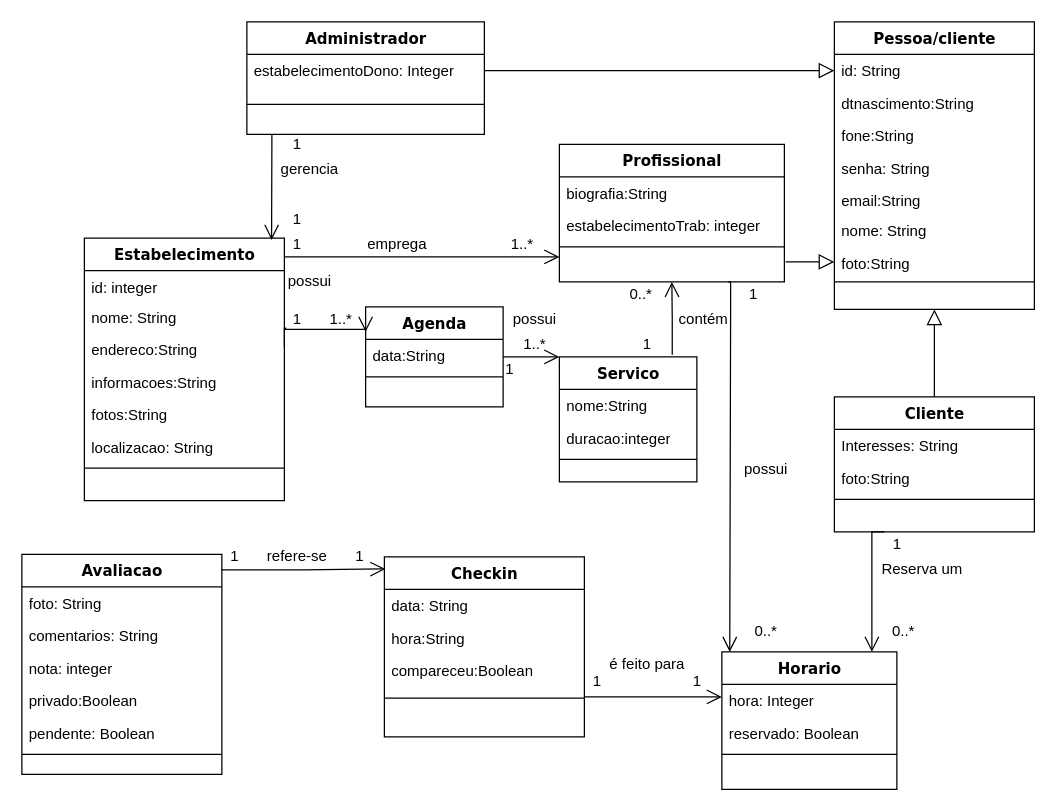
This is Untitled Diagram.drawio from JoelMeirelesCabral/PlanilhaDeControle, a draw.io file, before an edit. Source tidied: cells renumbered, new cells numbered last; positions are measured from the earlier drawing's top-left corner, leaving out a move shared by most shapes. Both pictures are drawn from the tidied source at 125%, with x=0, y=0 at pixel (21, 21).
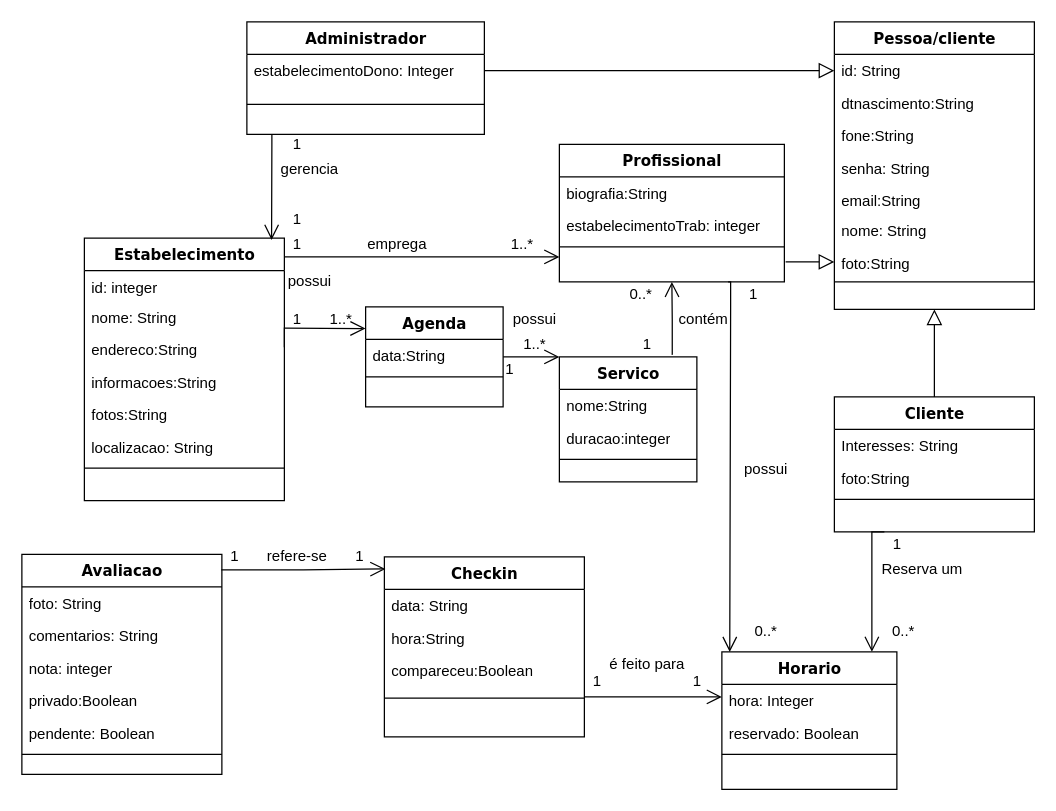
The same diagram, later.

Unchanged cells that the change refers to:
```xml
<mxCell id="5" value="endereco:String" style="text;html=1;strokeColor=none;fillColor=none;align=left;verticalAlign=top;spacingLeft=4;spacingRight=4;whiteSpace=wrap;overflow=hidden;points=[[0,0.5],[1,0.5]];portConstraint=eastwest;" parent="2" vertex="1">
  <mxGeometry y="76" width="160" height="26" as="geometry" />
</mxCell>
<mxCell id="65" value="Agenda" style="swimlane;html=1;fontStyle=1;align=center;verticalAlign=top;horizontal=1;startSize=26;swimlaneFillColor=#ffffff;rounded=0;shadow=0;comic=0;labelBackgroundColor=none;strokeWidth=1;fillColor=none;fontFamily=Verdana;fontSize=12;" parent="1" vertex="1">
  <mxGeometry x="275" y="228" width="110" height="80" as="geometry" />
</mxCell>
```

Change to the diagram source:
```diff
@@
-    <mxCell id="68" style="edgeStyle=orthogonalEdgeStyle;rounded=0;jettySize=auto;html=1;exitX=1;exitY=0.438;exitDx=0;exitDy=0;endArrow=open;endFill=0;endSize=10;entryX=0;entryY=0.25;entryDx=0;entryDy=0;exitPerimeter=0;" parent="1" edge="1" source="5" target="65">
+    <mxCell id="68" style="edgeStyle=orthogonalEdgeStyle;rounded=0;jettySize=auto;html=1;exitX=1;exitY=0.438;exitDx=0;exitDy=0;endArrow=open;endFill=0;endSize=10;entryX=-0.001;entryY=0.217;entryDx=0;entryDy=0;exitPerimeter=0;entryPerimeter=0;" parent="1" edge="1" source="5" target="65">
       <mxGeometry relative="1" as="geometry">
         <Array as="points">
+          <mxPoint x="210" y="245" />
           <mxPoint x="211" y="245" />
-          <mxPoint x="218" y="246" />
         </Array>
       </mxGeometry>
     </mxCell>
```
